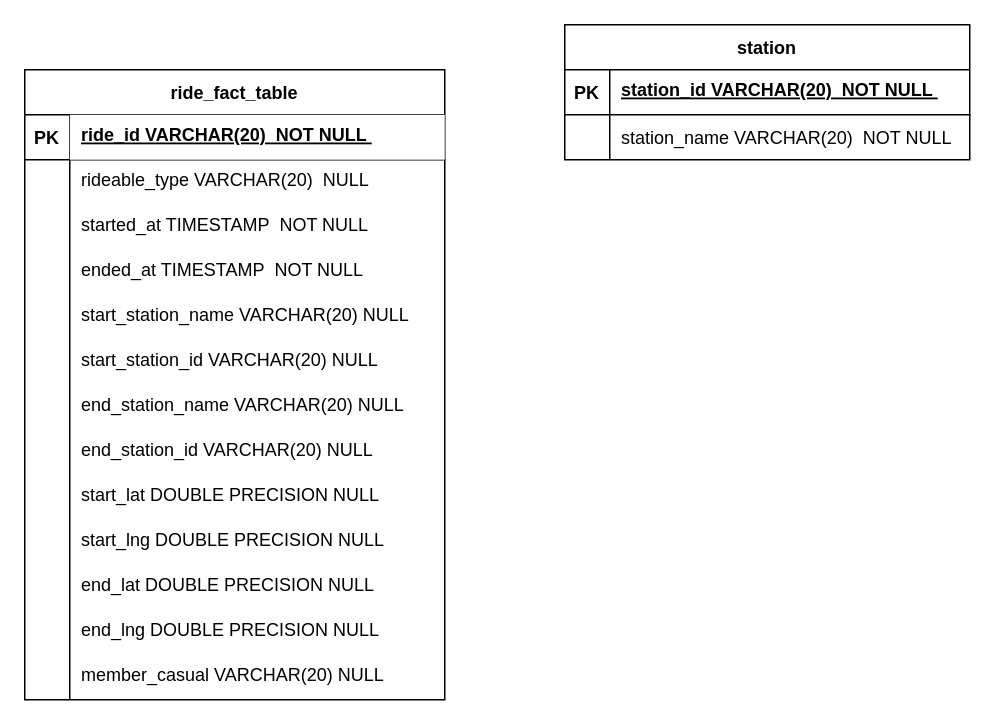
Earlier version of the draw.io diagram ERD_cycle.drawio (M10TrungPhan/Final_project_zoomcamp). Source tidied: cells renumbered, new cells numbered last; positions are measured from the earlier drawing's top-left corner, leaving out a move shared by most shapes. Both pictures are drawn from the tidied source at 150%, with x=0, y=0 at pixel (24, 24).
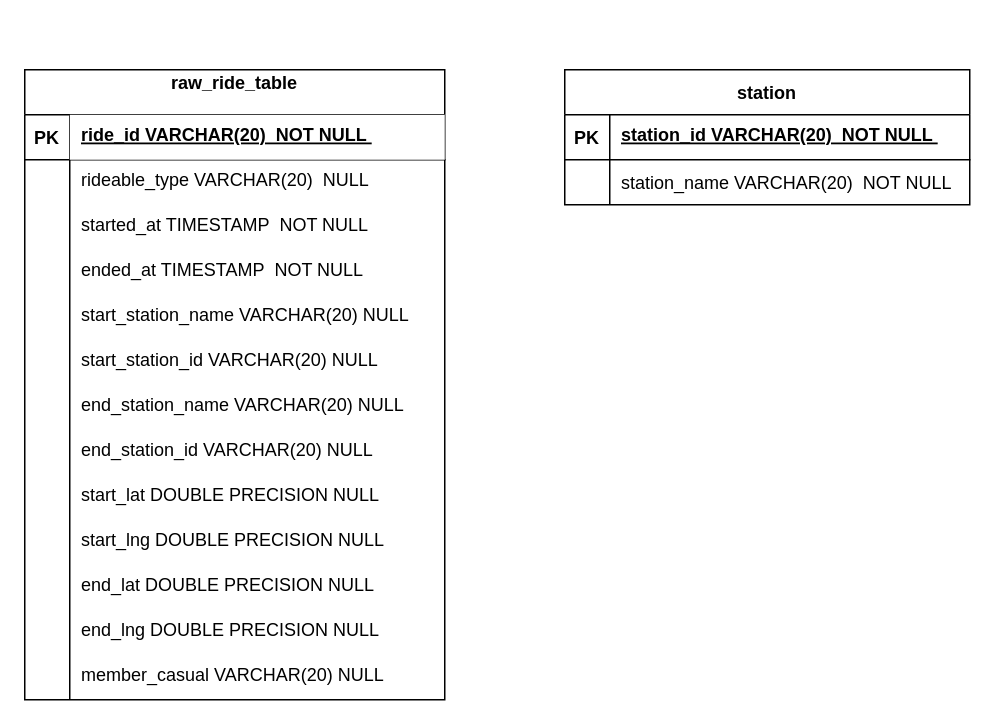
After the change.

Change to the diagram source:
```diff
@@
-    <mxCell id="2" value="ride_fact_table" style="shape=table;startSize=30;childLayout=tableLayout;rowLines=0;fontStyle=1;align=center;" parent="1" vertex="1">
+    <mxCell id="2" value="raw_ride_table&#10;" style="shape=table;startSize=30;childLayout=tableLayout;rowLines=0;fontStyle=1;align=center;" parent="1" vertex="1">
       <mxGeometry y="30" width="280" height="420" as="geometry" />
     </mxCell>
@@
     <mxCell id="42" value="station" style="shape=table;startSize=30;childLayout=tableLayout;rowLines=0;fontStyle=1;align=center;" parent="1" vertex="1">
-      <mxGeometry x="360" width="270" height="90" as="geometry" />
+      <mxGeometry x="360" y="30" width="270" height="90" as="geometry" />
     </mxCell>
```
